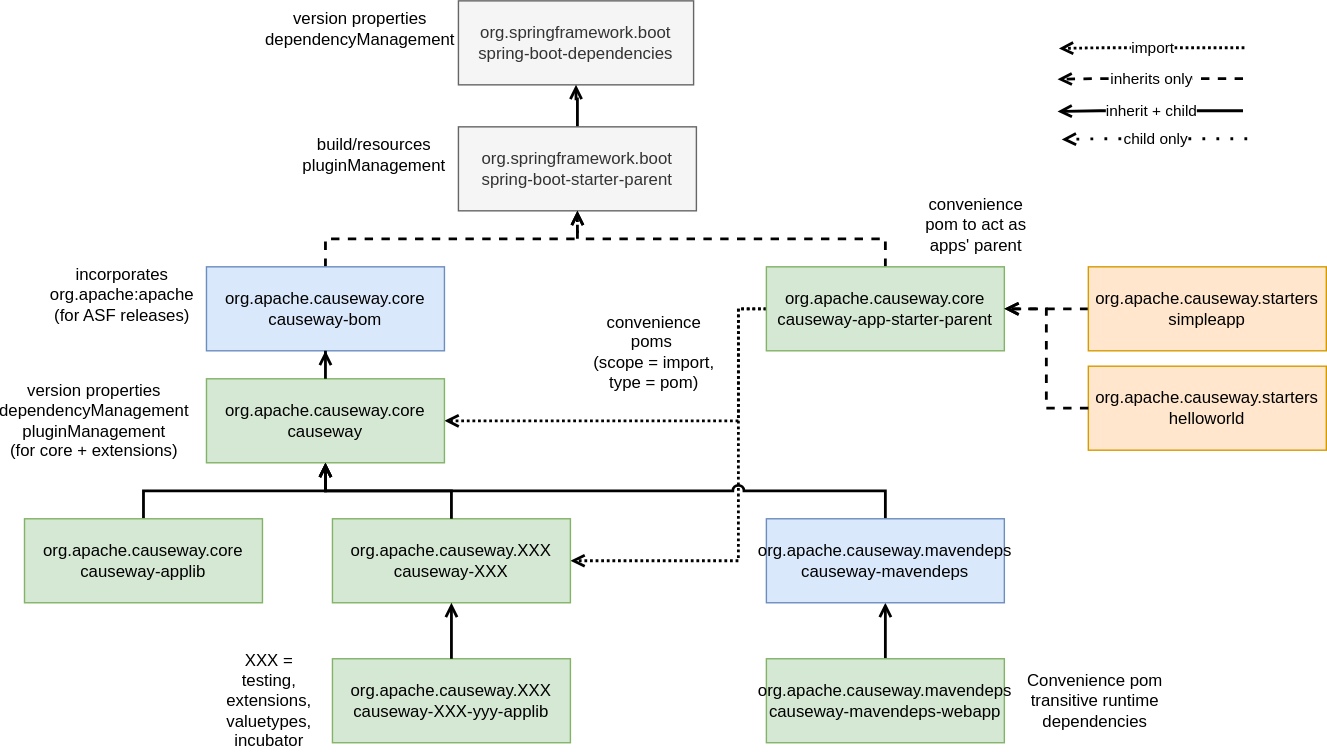
Earlier version of the draw.io export starters/adoc/modules/parent-pom/images/parent-pom.drawio.svg (Supermajestcd/XMP--toolkits). Source tidied: cells renumbered, new cells last; positions are measured from the earlier drawing's top-left corner, leaving out a move shared by most shapes.
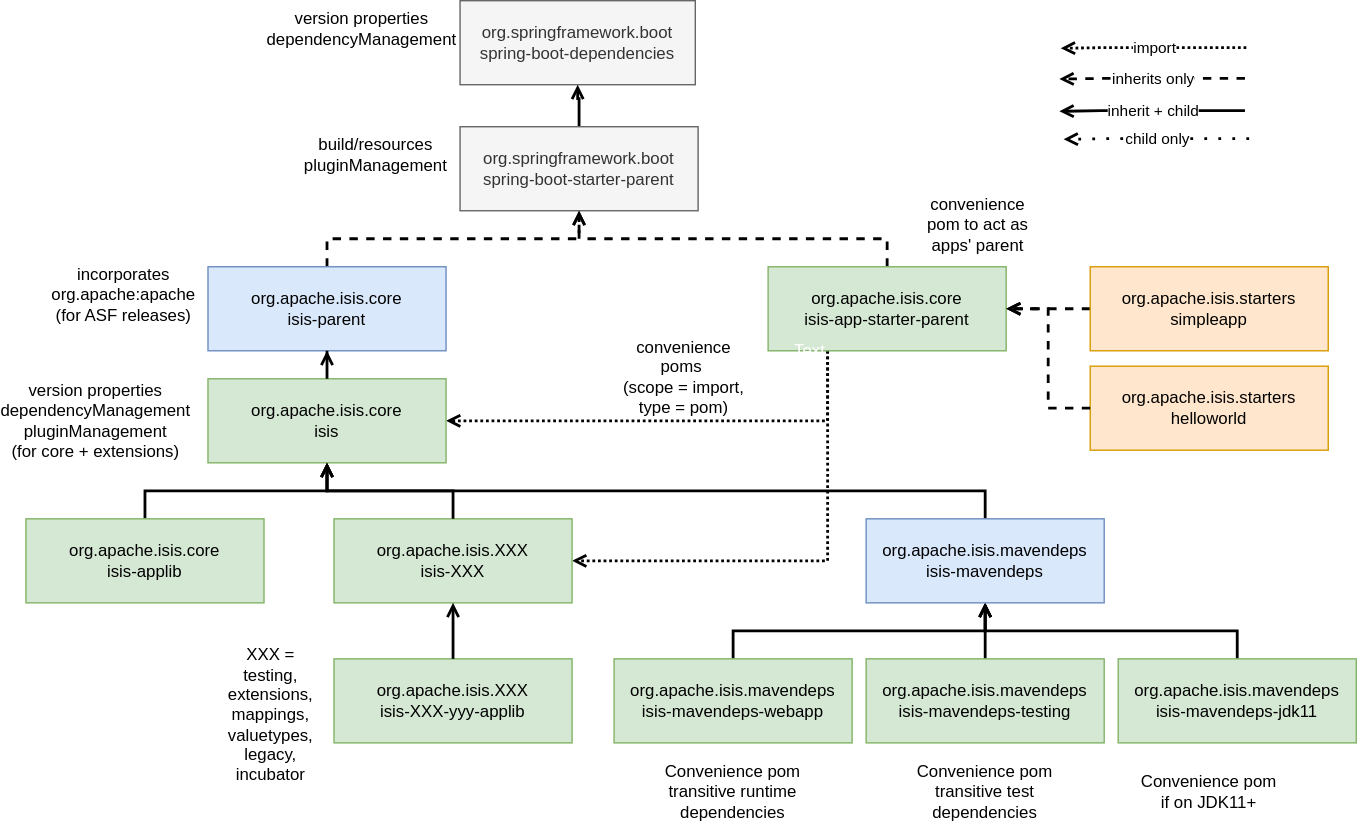
After the commit.

What changed in the source:
```diff
@@ -22,27 +22,17 @@
     <mxCell id="6" style="edgeStyle=orthogonalEdgeStyle;rounded=0;jettySize=auto;html=1;exitX=0.5;exitY=0;exitDx=0;exitDy=0;endArrow=open;endFill=0;strokeWidth=2;fontColor=#FFFFFF;sketch=0;dashed=1;" parent="1" edge="1" source="7" target="5">
       <mxGeometry relative="1" as="geometry" />
     </mxCell>
-    <mxCell id="7" value="org.apache.isis.core&lt;br&gt;isis-bom" style="whiteSpace=wrap;html=1;rounded=0;fillColor=#dae8fc;strokeColor=#6c8ebf;" parent="1" vertex="1">
+    <mxCell id="7" value="org.apache.isis.core&lt;br&gt;isis-parent" style="whiteSpace=wrap;html=1;rounded=0;fillColor=#dae8fc;strokeColor=#6c8ebf;" parent="1" vertex="1">
       <mxGeometry x="130" y="190" width="170" height="60" as="geometry" />
     </mxCell>
     <mxCell id="8" style="edgeStyle=orthogonalEdgeStyle;rounded=0;jettySize=auto;html=1;exitX=0.5;exitY=0;exitDx=0;exitDy=0;endArrow=open;endFill=0;strokeWidth=2;fontColor=#FFFFFF;dashed=1;" parent="1" edge="1" source="11" target="5">
       <mxGeometry relative="1" as="geometry" />
     </mxCell>
-    <mxCell id="9" style="edgeStyle=orthogonalEdgeStyle;rounded=0;sketch=0;jettySize=auto;html=1;exitX=0;exitY=0.5;exitDx=0;exitDy=0;entryX=1;entryY=0.5;entryDx=0;entryDy=0;dashed=1;endArrow=open;endFill=0;strokeWidth=2;fontColor=#FFFFFF;dashPattern=1 1;" parent="1" edge="1" source="11" target="12">
-      <mxGeometry relative="1" as="geometry">
-        <Array as="points">
-          <mxPoint x="510" y="220" />
-          <mxPoint x="510" y="300" />
-        </Array>
-      </mxGeometry>
+    <mxCell id="9" style="edgeStyle=orthogonalEdgeStyle;rounded=0;sketch=0;jettySize=auto;html=1;exitX=0.25;exitY=1;exitDx=0;exitDy=0;entryX=1;entryY=0.5;entryDx=0;entryDy=0;dashed=1;endArrow=open;endFill=0;strokeWidth=2;fontColor=#FFFFFF;dashPattern=1 1;" parent="1" edge="1" source="11" target="12">
+      <mxGeometry relative="1" as="geometry" />
     </mxCell>
-    <mxCell id="10" style="edgeStyle=orthogonalEdgeStyle;rounded=0;sketch=0;jettySize=auto;html=1;exitX=0;exitY=0.5;exitDx=0;exitDy=0;entryX=1;entryY=0.5;entryDx=0;entryDy=0;dashed=1;dashPattern=1 1;endArrow=open;endFill=0;strokeWidth=2;fontColor=#FFFFFF;jumpStyle=arc;" parent="1" edge="1" source="11" target="14">
-      <mxGeometry relative="1" as="geometry">
-        <Array as="points">
-          <mxPoint x="510" y="220" />
-          <mxPoint x="510" y="400" />
-        </Array>
-      </mxGeometry>
+    <mxCell id="10" style="edgeStyle=orthogonalEdgeStyle;rounded=0;sketch=0;jettySize=auto;html=1;exitX=0.25;exitY=1;exitDx=0;exitDy=0;entryX=1;entryY=0.5;entryDx=0;entryDy=0;dashed=1;dashPattern=1 1;endArrow=open;endFill=0;strokeWidth=2;fontColor=#FFFFFF;" parent="1" edge="1" source="11" target="14">
+      <mxGeometry relative="1" as="geometry" />
     </mxCell>
     <mxCell id="11" value="org.apache.isis.core&lt;br&gt;isis-app-starter-parent" style="whiteSpace=wrap;html=1;rounded=0;fillColor=#d5e8d4;strokeColor=#82b366;" parent="1" vertex="1">
       <mxGeometry x="530" y="190" width="170" height="60" as="geometry" />
@@ -63,13 +53,25 @@
       <mxGeometry relative="1" as="geometry" />
     </mxCell>
     <mxCell id="17" value="org.apache.isis.mavendeps&lt;br&gt;isis-mavendeps-webapp" style="whiteSpace=wrap;html=1;rounded=0;fillColor=#d5e8d4;strokeColor=#82b366;" parent="1" vertex="1">
-      <mxGeometry x="530" y="470" width="170" height="60" as="geometry" />
+      <mxGeometry x="420" y="470" width="170" height="60" as="geometry" />
     </mxCell>
+    <mxCell id="39" style="edgeStyle=orthogonalEdgeStyle;rounded=0;jettySize=auto;html=1;exitX=0.5;exitY=0;exitDx=0;exitDy=0;endArrow=open;endFill=0;strokeWidth=2;fontColor=#FFFFFF;" parent="1" edge="1" source="40" target="19">
+      <mxGeometry relative="1" as="geometry" />
+    </mxCell>
+    <mxCell id="40" value="org.apache.isis.mavendeps&lt;br&gt;isis-mavendeps-testing" style="whiteSpace=wrap;html=1;rounded=0;fillColor=#d5e8d4;strokeColor=#82b366;" parent="1" vertex="1">
+      <mxGeometry x="600" y="470" width="170" height="60" as="geometry" />
+    </mxCell>
+    <mxCell id="41" style="edgeStyle=orthogonalEdgeStyle;rounded=0;jettySize=auto;html=1;exitX=0.5;exitY=0;exitDx=0;exitDy=0;endArrow=open;endFill=0;strokeWidth=2;fontColor=#FFFFFF;" parent="1" edge="1" source="42" target="19">
+      <mxGeometry relative="1" as="geometry" />
+    </mxCell>
+    <mxCell id="42" value="org.apache.isis.mavendeps&lt;br&gt;isis-mavendeps-jdk11" style="whiteSpace=wrap;html=1;rounded=0;fillColor=#d5e8d4;strokeColor=#82b366;" parent="1" vertex="1">
+      <mxGeometry x="780" y="470" width="170" height="60" as="geometry" />
+    </mxCell>
-    <mxCell id="18" style="edgeStyle=orthogonalEdgeStyle;rounded=0;jettySize=auto;html=1;exitX=0.5;exitY=0;exitDx=0;exitDy=0;endArrow=open;endFill=0;strokeWidth=2;fontColor=#FFFFFF;jumpStyle=arc;" parent="1" edge="1" source="19" target="12">
+    <mxCell id="18" style="edgeStyle=orthogonalEdgeStyle;rounded=0;jettySize=auto;html=1;exitX=0.5;exitY=0;exitDx=0;exitDy=0;endArrow=open;endFill=0;strokeWidth=2;fontColor=#FFFFFF;" parent="1" edge="1" source="19" target="12">
       <mxGeometry relative="1" as="geometry" />
     </mxCell>
     <mxCell id="19" value="org.apache.isis.mavendeps&lt;br&gt;isis-mavendeps" style="whiteSpace=wrap;html=1;rounded=0;fillColor=#dae8fc;strokeColor=#6c8ebf;" parent="1" vertex="1">
-      <mxGeometry x="530" y="370" width="170" height="60" as="geometry" />
+      <mxGeometry x="600" y="370" width="170" height="60" as="geometry" />
     </mxCell>
     <mxCell id="20" style="edgeStyle=orthogonalEdgeStyle;rounded=0;sketch=0;jettySize=auto;html=1;dashed=1;endArrow=open;endFill=0;strokeWidth=2;fontColor=#FFFFFF;" parent="1" edge="1" source="21" target="11">
       <mxGeometry relative="1" as="geometry" />
@@ -101,6 +103,9 @@
         </Array>
       </mxGeometry>
     </mxCell>
+    <mxCell id="43" value="Text" style="text;html=1;strokeColor=none;fillColor=none;align=center;verticalAlign=middle;whiteSpace=wrap;rounded=0;fontColor=#FFFFFF;" parent="1" vertex="1">
+      <mxGeometry x="540" y="240" width="40" height="20" as="geometry" />
+    </mxCell>
     <mxCell id="26" value="inherits only" style="edgeStyle=orthogonalEdgeStyle;rounded=0;sketch=0;orthogonalLoop=1;jettySize=auto;html=1;exitX=0.25;exitY=1;exitDx=0;exitDy=0;dashed=1;endArrow=open;endFill=0;strokeWidth=2;" parent="1" edge="1">
       <mxGeometry relative="1" as="geometry">
         <mxPoint x="870.5" y="55.5" as="sourcePoint" />
@@ -147,14 +152,20 @@
       <mxGeometry x="30" y="290" width="40" height="20" as="geometry" />
     </mxCell>
     <mxCell id="34" value="convenience poms&amp;nbsp;&lt;br&gt;(scope = import, type = pom)" style="text;html=1;strokeColor=none;fillColor=none;align=center;verticalAlign=middle;whiteSpace=wrap;rounded=0;fontColor=#000000;" parent="1" vertex="1">
-      <mxGeometry x="400" y="241" width="100" height="20" as="geometry" />
+      <mxGeometry x="420" y="259" width="100" height="20" as="geometry" />
     </mxCell>
-    <mxCell id="35" value="XXX = testing, extensions, valuetypes,&lt;br&gt;incubator" style="text;html=1;strokeColor=none;fillColor=none;align=center;verticalAlign=middle;whiteSpace=wrap;rounded=0;fontColor=#000000;" parent="1" vertex="1">
-      <mxGeometry x="140" y="490" width="70" height="20" as="geometry" />
+    <mxCell id="35" value="XXX = testing, extensions, mappings, valuetypes,&lt;br&gt;legacy,&lt;br&gt;incubator" style="text;html=1;strokeColor=none;fillColor=none;align=center;verticalAlign=middle;whiteSpace=wrap;rounded=0;fontColor=#000000;" parent="1" vertex="1">
+      <mxGeometry x="140" y="500" width="70" height="20" as="geometry" />
     </mxCell>
     <mxCell id="36" value="Convenience pom&lt;br&gt;transitive runtime dependencies" style="text;html=1;strokeColor=none;fillColor=none;align=center;verticalAlign=middle;whiteSpace=wrap;rounded=0;fontColor=#000000;" parent="1" vertex="1">
-      <mxGeometry x="710" y="490" width="110" height="20" as="geometry" />
+      <mxGeometry x="450" y="555" width="110" height="20" as="geometry" />
     </mxCell>
+    <mxCell id="44" value="Convenience pom&lt;br&gt;transitive test dependencies" style="text;html=1;strokeColor=none;fillColor=none;align=center;verticalAlign=middle;whiteSpace=wrap;rounded=0;fontColor=#000000;" parent="1" vertex="1">
+      <mxGeometry x="630" y="555" width="110" height="20" as="geometry" />
+    </mxCell>
+    <mxCell id="45" value="Convenience pom&lt;br&gt;if on JDK11+" style="text;html=1;strokeColor=none;fillColor=none;align=center;verticalAlign=middle;whiteSpace=wrap;rounded=0;fontColor=#000000;" parent="1" vertex="1">
+      <mxGeometry x="790" y="555" width="110" height="20" as="geometry" />
+    </mxCell>
     <mxCell id="37" value="org.apache.isis.starters&lt;br&gt;helloworld" style="whiteSpace=wrap;html=1;rounded=0;fillColor=#ffe6cc;strokeColor=#d79b00;" parent="1" vertex="1">
       <mxGeometry x="760" y="261" width="170" height="60" as="geometry" />
     </mxCell>
```
